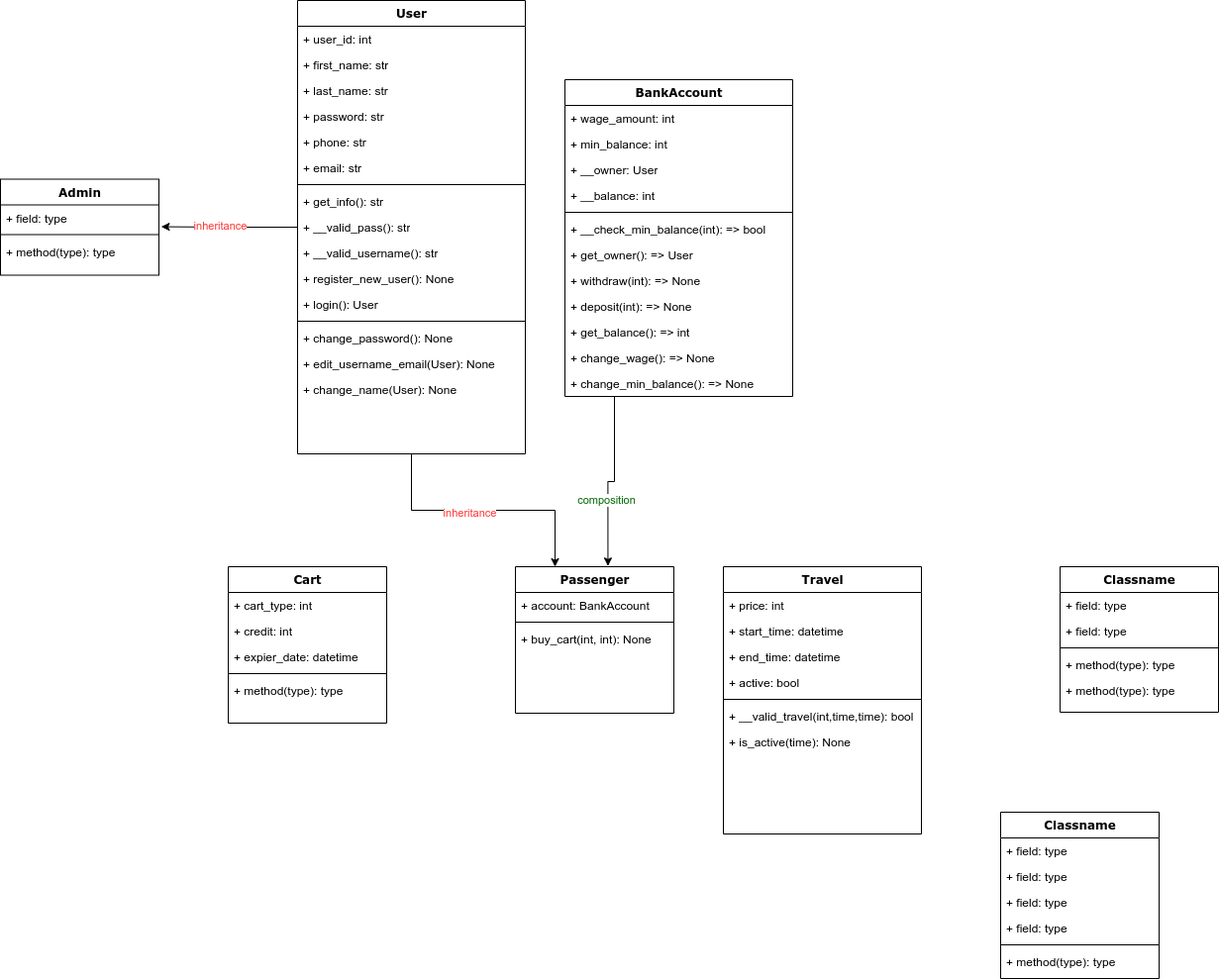
This is ClassDiagram.drawio.png from mejomba/maktab89_hw12, a draw.io export, as it was before one commit. Source tidied: cells renumbered, new cells last; positions are measured from the earlier drawing's top-left corner, leaving out a move shared by most shapes.
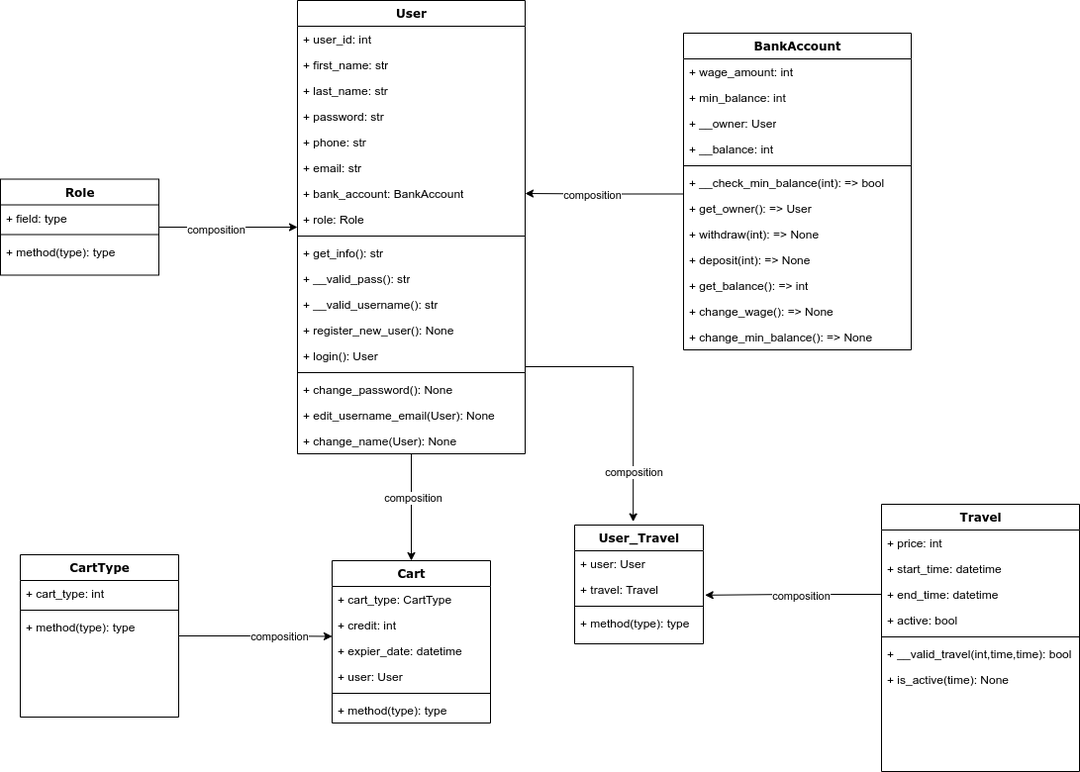
Above is the later version.

Change to the diagram source:
```diff
@@ -4,14 +4,18 @@
     <mxCell id="1" parent="0" />
-    <mxCell id="2" style="edgeStyle=orthogonalEdgeStyle;rounded=0;jettySize=auto;html=1;entryX=1.015;entryY=0.848;entryDx=0;entryDy=0;entryPerimeter=0;" parent="1" edge="1" source="6" target="39">
-      <mxGeometry relative="1" as="geometry" />
-    </mxCell>
-    <mxCell id="3" value="&lt;font color=&quot;#ff3333&quot;&gt;inheritance&lt;/font&gt;" style="edgeLabel;html=1;align=center;verticalAlign=middle;" parent="2" vertex="1">
-      <mxGeometry x="0.15" y="-1" relative="1" as="geometry" />
-    </mxCell>
-    <mxCell id="4" style="edgeStyle=orthogonalEdgeStyle;rounded=0;jettySize=auto;html=1;entryX=0.25;entryY=0;entryDx=0;entryDy=0;" parent="1" edge="1" source="6" target="48">
-      <mxGeometry relative="1" as="geometry" />
-    </mxCell>
-    <mxCell id="5" value="&lt;font color=&quot;#ff3333&quot;&gt;inheritance&lt;/font&gt;" style="edgeLabel;html=1;align=center;verticalAlign=middle;" parent="4" vertex="1">
-      <mxGeometry x="-0.11" y="-2" relative="1" as="geometry" />
-    </mxCell>
+    <mxCell id="73" style="edgeStyle=orthogonalEdgeStyle;rounded=0;jettySize=auto;html=1;entryX=0.5;entryY=0;entryDx=0;entryDy=0;" parent="1" edge="1" source="6" target="42">
+      <mxGeometry relative="1" as="geometry" />
+    </mxCell>
+    <mxCell id="74" value="composition" style="edgeLabel;html=1;align=center;verticalAlign=middle;" parent="73" vertex="1">
+      <mxGeometry x="-0.19" y="1" relative="1" as="geometry" />
+    </mxCell>
+    <mxCell id="75" style="edgeStyle=orthogonalEdgeStyle;rounded=0;jettySize=auto;html=1;entryX=0.455;entryY=-0.028;entryDx=0;entryDy=0;entryPerimeter=0;" parent="1" edge="1" source="6" target="89">
+      <mxGeometry relative="1" as="geometry">
+        <Array as="points">
+          <mxPoint x="639" y="370" />
+        </Array>
+      </mxGeometry>
+    </mxCell>
+    <mxCell id="76" value="composition" style="edgeLabel;html=1;align=center;verticalAlign=middle;" parent="75" vertex="1">
+      <mxGeometry x="0.62" relative="1" as="geometry" />
+    </mxCell>
     <mxCell id="6" value="User" style="swimlane;html=1;fontStyle=1;align=center;verticalAlign=top;horizontal=1;startSize=26;swimlaneFillColor=#ffffff;rounded=0;shadow=0;comic=0;labelBackgroundColor=none;strokeWidth=1;fillColor=none;fontFamily=Verdana;fontSize=12;" parent="1" vertex="1">
@@ -37,45 +41,46 @@
     </mxCell>
+    <mxCell id="77" value="+ bank_account: BankAccount" style="text;html=1;strokeColor=none;fillColor=none;align=left;verticalAlign=top;spacingLeft=4;spacingRight=4;whiteSpace=wrap;overflow=hidden;points=[[0,0.5],[1,0.5]];portConstraint=eastwest;" parent="6" vertex="1">
+      <mxGeometry y="182" width="230" height="26" as="geometry" />
+    </mxCell>
+    <mxCell id="78" value="+ role: Role" style="text;html=1;strokeColor=none;fillColor=none;align=left;verticalAlign=top;spacingLeft=4;spacingRight=4;whiteSpace=wrap;overflow=hidden;points=[[0,0.5],[1,0.5]];portConstraint=eastwest;" parent="6" vertex="1">
+      <mxGeometry y="208" width="230" height="26" as="geometry" />
+    </mxCell>
     <mxCell id="13" style="line;html=1;strokeWidth=1;fillColor=none;align=left;verticalAlign=middle;spacingTop=-1;spacingLeft=3;spacingRight=3;labelPosition=right;" parent="6" vertex="1">
-      <mxGeometry y="182" width="230" height="8" as="geometry" />
+      <mxGeometry y="234" width="230" height="8" as="geometry" />
     </mxCell>
     <mxCell id="14" value="+ get_info(): str" style="text;html=1;strokeColor=none;fillColor=none;align=left;verticalAlign=top;spacingLeft=4;spacingRight=4;whiteSpace=wrap;overflow=hidden;" parent="6" vertex="1">
-      <mxGeometry y="190" width="230" height="26" as="geometry" />
+      <mxGeometry y="242" width="230" height="26" as="geometry" />
     </mxCell>
     <mxCell id="15" value="+ __valid_pass(): str" style="text;html=1;strokeColor=none;fillColor=none;align=left;verticalAlign=top;spacingLeft=4;spacingRight=4;whiteSpace=wrap;overflow=hidden;" parent="6" vertex="1">
-      <mxGeometry y="216" width="230" height="26" as="geometry" />
+      <mxGeometry y="268" width="230" height="26" as="geometry" />
     </mxCell>
     <mxCell id="16" value="+ __valid_username(): str" style="text;html=1;strokeColor=none;fillColor=none;align=left;verticalAlign=top;spacingLeft=4;spacingRight=4;whiteSpace=wrap;overflow=hidden;" parent="6" vertex="1">
-      <mxGeometry y="242" width="230" height="26" as="geometry" />
+      <mxGeometry y="294" width="230" height="26" as="geometry" />
     </mxCell>
     <mxCell id="17" value="+ register_new_user(): None" style="text;html=1;strokeColor=none;fillColor=none;align=left;verticalAlign=top;spacingLeft=4;spacingRight=4;whiteSpace=wrap;overflow=hidden;" parent="6" vertex="1">
-      <mxGeometry y="268" width="230" height="26" as="geometry" />
+      <mxGeometry y="320" width="230" height="26" as="geometry" />
     </mxCell>
     <mxCell id="18" value="+ login(): User" style="text;html=1;strokeColor=none;fillColor=none;align=left;verticalAlign=top;spacingLeft=4;spacingRight=4;whiteSpace=wrap;overflow=hidden;" parent="6" vertex="1">
-      <mxGeometry y="294" width="230" height="26" as="geometry" />
+      <mxGeometry y="346" width="230" height="26" as="geometry" />
     </mxCell>
     <mxCell id="19" style="line;html=1;strokeWidth=1;fillColor=none;align=left;verticalAlign=middle;spacingTop=-1;spacingLeft=3;spacingRight=3;labelPosition=right;" parent="6" vertex="1">
-      <mxGeometry y="320" width="230" height="8" as="geometry" />
+      <mxGeometry y="372" width="230" height="8" as="geometry" />
     </mxCell>
     <mxCell id="20" value="+ change_password(): None" style="text;html=1;strokeColor=none;fillColor=none;align=left;verticalAlign=top;spacingLeft=4;spacingRight=4;whiteSpace=wrap;overflow=hidden;" parent="6" vertex="1">
-      <mxGeometry y="328" width="230" height="26" as="geometry" />
+      <mxGeometry y="380" width="230" height="26" as="geometry" />
     </mxCell>
     <mxCell id="21" value="+ edit_username_email(User): None" style="text;html=1;strokeColor=none;fillColor=none;align=left;verticalAlign=top;spacingLeft=4;spacingRight=4;whiteSpace=wrap;overflow=hidden;" parent="6" vertex="1">
-      <mxGeometry y="354" width="230" height="26" as="geometry" />
+      <mxGeometry y="406" width="230" height="26" as="geometry" />
     </mxCell>
     <mxCell id="22" value="+ change_name(User): None" style="text;html=1;strokeColor=none;fillColor=none;align=left;verticalAlign=top;spacingLeft=4;spacingRight=4;whiteSpace=wrap;overflow=hidden;" parent="6" vertex="1">
-      <mxGeometry y="380" width="230" height="26" as="geometry" />
+      <mxGeometry y="432" width="230" height="26" as="geometry" />
     </mxCell>
-    <mxCell id="23" style="edgeStyle=orthogonalEdgeStyle;rounded=0;jettySize=auto;html=1;entryX=0.584;entryY=-0.005;entryDx=0;entryDy=0;entryPerimeter=0;" parent="1" edge="1" source="25" target="48">
-      <mxGeometry relative="1" as="geometry">
-        <Array as="points">
-          <mxPoint x="620" y="486" />
-          <mxPoint x="613" y="486" />
-        </Array>
-      </mxGeometry>
-    </mxCell>
-    <mxCell id="24" value="&lt;font color=&quot;#006600&quot;&gt;composition&lt;/font&gt;" style="edgeLabel;html=1;align=center;verticalAlign=middle;" parent="23" vertex="1">
-      <mxGeometry x="0.24" y="-2" relative="1" as="geometry" />
-    </mxCell>
+    <mxCell id="79" style="edgeStyle=orthogonalEdgeStyle;rounded=0;jettySize=auto;html=1;entryX=1;entryY=0.5;entryDx=0;entryDy=0;exitX=0.004;exitY=-0.058;exitDx=0;exitDy=0;exitPerimeter=0;" parent="1" edge="1" source="32" target="77">
+      <mxGeometry relative="1" as="geometry" />
+    </mxCell>
+    <mxCell id="80" value="composition" style="edgeLabel;html=1;align=center;verticalAlign=middle;" parent="79" vertex="1">
+      <mxGeometry x="0.16" y="1" relative="1" as="geometry" />
+    </mxCell>
     <mxCell id="25" value="BankAccount" style="swimlane;html=1;fontStyle=1;align=center;verticalAlign=top;horizontal=1;startSize=26;swimlaneFillColor=#ffffff;rounded=0;shadow=0;comic=0;labelBackgroundColor=none;strokeWidth=1;fillColor=none;fontFamily=Verdana;fontSize=12;" parent="1" vertex="1">
-      <mxGeometry x="570" y="80" width="230" height="320" as="geometry" />
+      <mxGeometry x="690" y="33" width="230" height="320" as="geometry" />
     </mxCell>
@@ -117,3 +122,9 @@
     </mxCell>
+    <mxCell id="81" style="edgeStyle=orthogonalEdgeStyle;rounded=0;jettySize=auto;html=1;entryX=0;entryY=0.808;entryDx=0;entryDy=0;entryPerimeter=0;" parent="1" edge="1" source="38" target="78">
+      <mxGeometry relative="1" as="geometry" />
+    </mxCell>
+    <mxCell id="82" value="composition" style="edgeLabel;html=1;align=center;verticalAlign=middle;" parent="81" vertex="1">
+      <mxGeometry x="-0.18" y="-2" relative="1" as="geometry" />
+    </mxCell>
-    <mxCell id="38" value="Admin" style="swimlane;html=1;fontStyle=1;align=center;verticalAlign=top;horizontal=1;startSize=26;swimlaneFillColor=#ffffff;rounded=0;shadow=0;comic=0;labelBackgroundColor=none;strokeWidth=1;fillColor=none;fontFamily=Verdana;fontSize=12;" parent="1" vertex="1">
+    <mxCell id="38" value="Role" style="swimlane;html=1;fontStyle=1;align=center;verticalAlign=top;horizontal=1;startSize=26;swimlaneFillColor=#ffffff;rounded=0;shadow=0;comic=0;labelBackgroundColor=none;strokeWidth=1;fillColor=none;fontFamily=Verdana;fontSize=12;" parent="1" vertex="1">
       <mxGeometry y="180.5" width="160" height="97" as="geometry" />
@@ -130,5 +141,5 @@
     <mxCell id="42" value="Cart" style="swimlane;html=1;fontStyle=1;align=center;verticalAlign=top;horizontal=1;startSize=26;swimlaneFillColor=#ffffff;rounded=0;shadow=0;comic=0;labelBackgroundColor=none;strokeWidth=1;fillColor=none;fontFamily=Verdana;fontSize=12;" parent="1" vertex="1">
-      <mxGeometry x="230" y="572" width="160" height="158" as="geometry" />
+      <mxGeometry x="335" y="566" width="160" height="164" as="geometry" />
     </mxCell>
-    <mxCell id="43" value="+ cart_type: int" style="text;html=1;strokeColor=none;fillColor=none;align=left;verticalAlign=top;spacingLeft=4;spacingRight=4;whiteSpace=wrap;overflow=hidden;" parent="42" vertex="1">
+    <mxCell id="43" value="+ cart_type: CartType" style="text;html=1;strokeColor=none;fillColor=none;align=left;verticalAlign=top;spacingLeft=4;spacingRight=4;whiteSpace=wrap;overflow=hidden;" parent="42" vertex="1">
       <mxGeometry y="26" width="160" height="26" as="geometry" />
@@ -141,22 +152,13 @@
     </mxCell>
+    <mxCell id="83" value="+ user: User&amp;nbsp;" style="text;html=1;strokeColor=none;fillColor=none;align=left;verticalAlign=top;spacingLeft=4;spacingRight=4;whiteSpace=wrap;overflow=hidden;" parent="42" vertex="1">
+      <mxGeometry y="104" width="160" height="26" as="geometry" />
+    </mxCell>
     <mxCell id="46" style="line;html=1;strokeWidth=1;fillColor=none;align=left;verticalAlign=middle;spacingTop=-1;spacingLeft=3;spacingRight=3;labelPosition=right;" parent="42" vertex="1">
-      <mxGeometry y="104" width="160" height="8" as="geometry" />
+      <mxGeometry y="130" width="160" height="8" as="geometry" />
     </mxCell>
     <mxCell id="47" value="+ method(type): type" style="text;html=1;strokeColor=none;fillColor=none;align=left;verticalAlign=top;spacingLeft=4;spacingRight=4;whiteSpace=wrap;overflow=hidden;" parent="42" vertex="1">
-      <mxGeometry y="112" width="160" height="26" as="geometry" />
+      <mxGeometry y="138" width="160" height="26" as="geometry" />
     </mxCell>
-    <mxCell id="48" value="Passenger" style="swimlane;html=1;fontStyle=1;align=center;verticalAlign=top;horizontal=1;startSize=26;swimlaneFillColor=#ffffff;rounded=0;shadow=0;comic=0;labelBackgroundColor=none;strokeWidth=1;fillColor=none;fontFamily=Verdana;fontSize=12;" parent="1" vertex="1">
-      <mxGeometry x="520" y="572" width="160" height="148" as="geometry" />
-    </mxCell>
-    <mxCell id="49" value="+ account: BankAccount" style="text;html=1;strokeColor=none;fillColor=none;align=left;verticalAlign=top;spacingLeft=4;spacingRight=4;whiteSpace=wrap;overflow=hidden;" parent="48" vertex="1">
-      <mxGeometry y="26" width="160" height="26" as="geometry" />
-    </mxCell>
-    <mxCell id="50" style="line;html=1;strokeWidth=1;fillColor=none;align=left;verticalAlign=middle;spacingTop=-1;spacingLeft=3;spacingRight=3;labelPosition=right;" parent="48" vertex="1">
-      <mxGeometry y="52" width="160" height="8" as="geometry" />
-    </mxCell>
-    <mxCell id="51" value="+ buy_cart(int, int): None" style="text;html=1;strokeColor=none;fillColor=none;align=left;verticalAlign=top;spacingLeft=4;spacingRight=4;whiteSpace=wrap;overflow=hidden;" parent="48" vertex="1">
-      <mxGeometry y="60" width="160" height="26" as="geometry" />
-    </mxCell>
     <mxCell id="52" value="Travel" style="swimlane;html=1;fontStyle=1;align=center;verticalAlign=top;horizontal=1;startSize=26;swimlaneFillColor=#ffffff;rounded=0;shadow=0;comic=0;labelBackgroundColor=none;strokeWidth=1;fillColor=none;fontFamily=Verdana;fontSize=12;" parent="1" vertex="1">
-      <mxGeometry x="730" y="572" width="200" height="270" as="geometry" />
+      <mxGeometry x="890" y="509" width="200" height="270" as="geometry" />
     </mxCell>
@@ -183,41 +185,41 @@
     </mxCell>
-    <mxCell id="60" value="Classname" style="swimlane;html=1;fontStyle=1;align=center;verticalAlign=top;horizontal=1;startSize=26;swimlaneFillColor=#ffffff;rounded=0;shadow=0;comic=0;labelBackgroundColor=none;strokeWidth=1;fillColor=none;fontFamily=Verdana;fontSize=12;" parent="1" vertex="1">
-      <mxGeometry x="1010" y="820" width="160" height="168" as="geometry" />
-    </mxCell>
-    <mxCell id="61" value="+ field: type" style="text;html=1;strokeColor=none;fillColor=none;align=left;verticalAlign=top;spacingLeft=4;spacingRight=4;whiteSpace=wrap;overflow=hidden;" parent="60" vertex="1">
-      <mxGeometry y="26" width="160" height="26" as="geometry" />
-    </mxCell>
-    <mxCell id="62" value="+ field: type" style="text;html=1;strokeColor=none;fillColor=none;align=left;verticalAlign=top;spacingLeft=4;spacingRight=4;whiteSpace=wrap;overflow=hidden;" parent="60" vertex="1">
-      <mxGeometry y="52" width="160" height="26" as="geometry" />
-    </mxCell>
-    <mxCell id="63" value="+ field: type" style="text;html=1;strokeColor=none;fillColor=none;align=left;verticalAlign=top;spacingLeft=4;spacingRight=4;whiteSpace=wrap;overflow=hidden;" parent="60" vertex="1">
-      <mxGeometry y="78" width="160" height="26" as="geometry" />
-    </mxCell>
-    <mxCell id="64" value="+ field: type" style="text;html=1;strokeColor=none;fillColor=none;align=left;verticalAlign=top;spacingLeft=4;spacingRight=4;whiteSpace=wrap;overflow=hidden;" parent="60" vertex="1">
-      <mxGeometry y="104" width="160" height="26" as="geometry" />
-    </mxCell>
-    <mxCell id="65" style="line;html=1;strokeWidth=1;fillColor=none;align=left;verticalAlign=middle;spacingTop=-1;spacingLeft=3;spacingRight=3;labelPosition=right;" parent="60" vertex="1">
-      <mxGeometry y="130" width="160" height="8" as="geometry" />
-    </mxCell>
-    <mxCell id="66" value="+ method(type): type" style="text;html=1;strokeColor=none;fillColor=none;align=left;verticalAlign=top;spacingLeft=4;spacingRight=4;whiteSpace=wrap;overflow=hidden;" parent="60" vertex="1">
-      <mxGeometry y="138" width="160" height="26" as="geometry" />
-    </mxCell>
-    <mxCell id="67" value="Classname" style="swimlane;html=1;fontStyle=1;align=center;verticalAlign=top;horizontal=1;startSize=26;swimlaneFillColor=#ffffff;rounded=0;shadow=0;comic=0;labelBackgroundColor=none;strokeWidth=1;fillColor=none;fontFamily=Verdana;fontSize=12;" parent="1" vertex="1">
-      <mxGeometry x="1070" y="572" width="160" height="147" as="geometry" />
-    </mxCell>
-    <mxCell id="68" value="+ field: type" style="text;html=1;strokeColor=none;fillColor=none;align=left;verticalAlign=top;spacingLeft=4;spacingRight=4;whiteSpace=wrap;overflow=hidden;" parent="67" vertex="1">
-      <mxGeometry y="26" width="160" height="26" as="geometry" />
-    </mxCell>
-    <mxCell id="69" value="+ field: type" style="text;html=1;strokeColor=none;fillColor=none;align=left;verticalAlign=top;spacingLeft=4;spacingRight=4;whiteSpace=wrap;overflow=hidden;" parent="67" vertex="1">
-      <mxGeometry y="52" width="160" height="26" as="geometry" />
-    </mxCell>
-    <mxCell id="70" style="line;html=1;strokeWidth=1;fillColor=none;align=left;verticalAlign=middle;spacingTop=-1;spacingLeft=3;spacingRight=3;labelPosition=right;" parent="67" vertex="1">
-      <mxGeometry y="78" width="160" height="8" as="geometry" />
-    </mxCell>
-    <mxCell id="71" value="+ method(type): type" style="text;html=1;strokeColor=none;fillColor=none;align=left;verticalAlign=top;spacingLeft=4;spacingRight=4;whiteSpace=wrap;overflow=hidden;" parent="67" vertex="1">
-      <mxGeometry y="86" width="160" height="26" as="geometry" />
-    </mxCell>
-    <mxCell id="72" value="+ method(type): type" style="text;html=1;strokeColor=none;fillColor=none;align=left;verticalAlign=top;spacingLeft=4;spacingRight=4;whiteSpace=wrap;overflow=hidden;" parent="67" vertex="1">
-      <mxGeometry y="112" width="160" height="26" as="geometry" />
-    </mxCell>
+    <mxCell id="84" style="edgeStyle=orthogonalEdgeStyle;rounded=0;jettySize=auto;html=1;entryX=0;entryY=0.942;entryDx=0;entryDy=0;entryPerimeter=0;" parent="1" edge="1" source="86" target="44">
+      <mxGeometry relative="1" as="geometry" />
+    </mxCell>
+    <mxCell id="85" value="composition" style="edgeLabel;html=1;align=center;verticalAlign=middle;" parent="84" vertex="1">
+      <mxGeometry x="0.32" relative="1" as="geometry" />
+    </mxCell>
+    <mxCell id="86" value="CartType" style="swimlane;html=1;fontStyle=1;align=center;verticalAlign=top;horizontal=1;startSize=26;swimlaneFillColor=#ffffff;rounded=0;shadow=0;comic=0;labelBackgroundColor=none;strokeWidth=1;fillColor=none;fontFamily=Verdana;fontSize=12;" parent="1" vertex="1">
+      <mxGeometry x="20" y="560" width="160" height="164" as="geometry" />
+    </mxCell>
+    <mxCell id="87" value="+ cart_type: int" style="text;html=1;strokeColor=none;fillColor=none;align=left;verticalAlign=top;spacingLeft=4;spacingRight=4;whiteSpace=wrap;overflow=hidden;" parent="86" vertex="1">
+      <mxGeometry y="26" width="160" height="26" as="geometry" />
+    </mxCell>
+    <mxCell id="50" style="line;html=1;strokeWidth=1;fillColor=none;align=left;verticalAlign=middle;spacingTop=-1;spacingLeft=3;spacingRight=3;labelPosition=right;" parent="86" vertex="1">
+      <mxGeometry y="52" width="160" height="8" as="geometry" />
+    </mxCell>
+    <mxCell id="88" value="+ method(type): type" style="text;html=1;strokeColor=none;fillColor=none;align=left;verticalAlign=top;spacingLeft=4;spacingRight=4;whiteSpace=wrap;overflow=hidden;" parent="86" vertex="1">
+      <mxGeometry y="60" width="160" height="26" as="geometry" />
+    </mxCell>
+    <mxCell id="89" value="User_Travel" style="swimlane;html=1;fontStyle=1;align=center;verticalAlign=top;horizontal=1;startSize=26;swimlaneFillColor=#ffffff;rounded=0;shadow=0;comic=0;labelBackgroundColor=none;strokeWidth=1;fillColor=none;fontFamily=Verdana;fontSize=12;" parent="1" vertex="1">
+      <mxGeometry x="580" y="530" width="130" height="120" as="geometry" />
+    </mxCell>
+    <mxCell id="90" value="+ user: User" style="text;html=1;strokeColor=none;fillColor=none;align=left;verticalAlign=top;spacingLeft=4;spacingRight=4;whiteSpace=wrap;overflow=hidden;" parent="89" vertex="1">
+      <mxGeometry y="26" width="130" height="26" as="geometry" />
+    </mxCell>
+    <mxCell id="91" value="+ travel: Travel" style="text;html=1;strokeColor=none;fillColor=none;align=left;verticalAlign=top;spacingLeft=4;spacingRight=4;whiteSpace=wrap;overflow=hidden;points=[[0,0.5],[1,0.5]];portConstraint=eastwest;" parent="89" vertex="1">
+      <mxGeometry y="52" width="130" height="26" as="geometry" />
+    </mxCell>
+    <mxCell id="92" style="line;html=1;strokeWidth=1;fillColor=none;align=left;verticalAlign=middle;spacingTop=-1;spacingLeft=3;spacingRight=3;labelPosition=right;" parent="89" vertex="1">
+      <mxGeometry y="78" width="130" height="8" as="geometry" />
+    </mxCell>
+    <mxCell id="93" value="+ method(type): type" style="text;html=1;strokeColor=none;fillColor=none;align=left;verticalAlign=top;spacingLeft=4;spacingRight=4;whiteSpace=wrap;overflow=hidden;" parent="89" vertex="1">
+      <mxGeometry y="86" width="130" height="26" as="geometry" />
+    </mxCell>
+    <mxCell id="94" style="edgeStyle=orthogonalEdgeStyle;rounded=0;jettySize=auto;html=1;entryX=1.013;entryY=0.724;entryDx=0;entryDy=0;entryPerimeter=0;" parent="1" edge="1" source="55" target="91">
+      <mxGeometry relative="1" as="geometry" />
+    </mxCell>
+    <mxCell id="95" value="composition" style="edgeLabel;html=1;align=center;verticalAlign=middle;" parent="94" vertex="1">
+      <mxGeometry x="-0.09" y="1" relative="1" as="geometry" />
+    </mxCell>
   </root>
```
